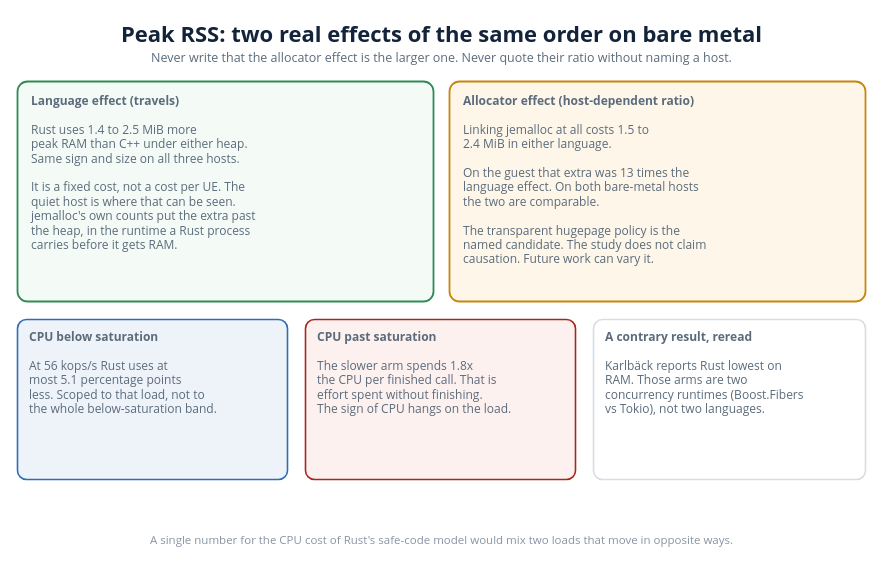
The draw.io diagram diagrams/review/43_rss_two_effects.drawio in VienThanh12/Master-Thesis, before the edit. Source tidied: cells renumbered, new cells numbered last; positions are measured from the earlier drawing's top-left corner, leaving out a move shared by most shapes. Both pictures are drawn from the tidied source at 100%, with x=0, y=0 at pixel (17, 16).
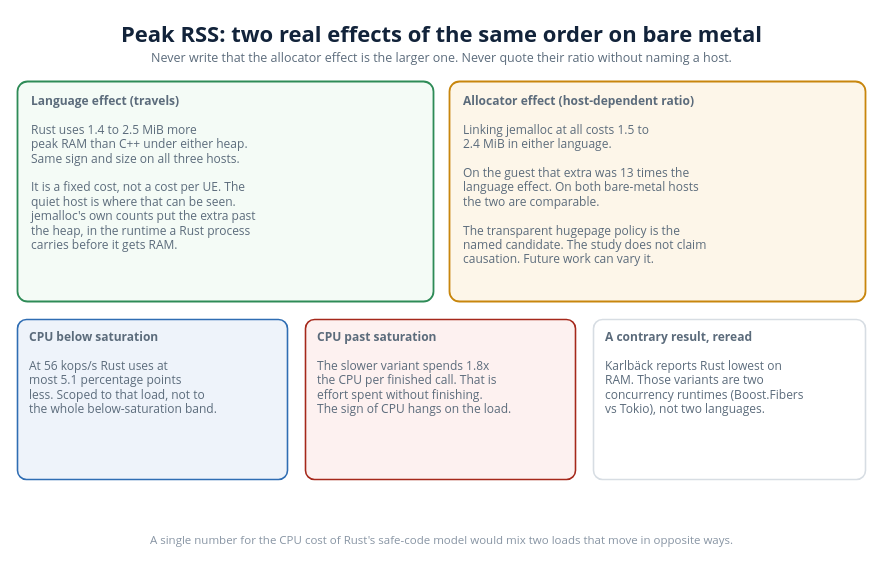
After the change.

The edit, as a diff of the source:
```diff
@@
 <mxGraphModel>
   <root>
     <mxCell id="0" />
     <mxCell id="1" parent="0" />
     <mxCell id="2" value="Peak RSS: two real effects of the same order on bare metal" style="text;html=1;strokeColor=none;fillColor=none;whiteSpace=nowrap;align=center;verticalAlign=middle;fontSize=22;fontColor=#12233a;fontFamily=Segoe UI;fontStyle=1;" parent="1" vertex="1">
       <mxGeometry x="76.3" y="0.1" width="695.4" height="33" as="geometry" />
     </mxCell>
     <mxCell id="3" value="Never write that the allocator effect is the larger one. Never quote their ratio without naming a host." style="text;html=1;strokeColor=none;fillColor=none;whiteSpace=nowrap;align=center;verticalAlign=middle;fontSize=12.5;fontColor=#5b6b7b;fontFamily=Segoe UI;" parent="1" vertex="1">
       <mxGeometry x="73.2" y="31.1" width="701.7" height="18.8" as="geometry" />
     </mxCell>
     <mxCell id="4" value="&lt;b&gt;Language effect (travels)&lt;/b&gt;&lt;br&gt;&lt;br&gt;Rust uses 1.4 to 2.5 MiB more&lt;br&gt;peak RAM than C++ under either heap.&lt;br&gt;Same sign and size on all three hosts.&lt;br&gt;&lt;br&gt;It is a fixed cost, not a cost per UE. The&lt;br&gt;quiet host is where that can be seen.&lt;br&gt;jemalloc's own counts put the extra past&lt;br&gt;the heap, in the runtime a Rust process&lt;br&gt;carries before it gets RAM." style="rounded=1;whiteSpace=wrap;html=1;absoluteArcSize=1;arcSize=20;fillColor=#f4fbf6;strokeColor=#2e8b57;strokeWidth=1.8;align=left;verticalAlign=top;spacingLeft=12;spacingTop=6;spacingRight=6;fontSize=12;fontColor=#5b6b7b;fontFamily=Segoe UI;" parent="1" vertex="1">
       <mxGeometry y="65" width="416" height="220" as="geometry" />
     </mxCell>
     <mxCell id="5" value="&lt;b&gt;Allocator effect (host-dependent ratio)&lt;/b&gt;&lt;br&gt;&lt;br&gt;Linking jemalloc at all costs 1.5 to&lt;br&gt;2.4 MiB in either language.&lt;br&gt;&lt;br&gt;On the guest that extra was 13 times the&lt;br&gt;language effect. On both bare-metal hosts&lt;br&gt;the two are comparable.&lt;br&gt;&lt;br&gt;The transparent hugepage policy is the&lt;br&gt;named candidate. The study does not claim&lt;br&gt;causation. Future work can vary it." style="rounded=1;whiteSpace=wrap;html=1;absoluteArcSize=1;arcSize=20;fillColor=#fdf6e9;strokeColor=#c8860d;strokeWidth=1.8;align=left;verticalAlign=top;spacingLeft=12;spacingTop=6;spacingRight=6;fontSize=12;fontColor=#5b6b7b;fontFamily=Segoe UI;" parent="1" vertex="1">
       <mxGeometry x="432" y="65" width="416" height="220" as="geometry" />
     </mxCell>
     <mxCell id="6" value="&lt;b&gt;CPU below saturation&lt;/b&gt;&lt;br&gt;&lt;br&gt;At 56 kops/s Rust uses at&lt;br&gt;most 5.1 percentage points&lt;br&gt;less. Scoped to that load, not to&lt;br&gt;the whole below-saturation band." style="rounded=1;whiteSpace=wrap;html=1;absoluteArcSize=1;arcSize=18;fillColor=#eef3fa;strokeColor=#2f6db3;strokeWidth=1.6;align=left;verticalAlign=top;spacingLeft=10;spacingTop=4;spacingRight=6;fontSize=12;fontColor=#5b6b7b;fontFamily=Segoe UI;" parent="1" vertex="1">
       <mxGeometry y="303" width="270" height="160" as="geometry" />
     </mxCell>
-    <mxCell id="7" value="&lt;b&gt;CPU past saturation&lt;/b&gt;&lt;br&gt;&lt;br&gt;The slower arm spends 1.8x&lt;br&gt;the CPU per finished call. That is&lt;br&gt;effort spent without finishing.&lt;br&gt;The sign of CPU hangs on the load." style="rounded=1;whiteSpace=wrap;html=1;absoluteArcSize=1;arcSize=18;fillColor=#fdf1f0;strokeColor=#a5281b;strokeWidth=1.6;align=left;verticalAlign=top;spacingLeft=10;spacingTop=4;spacingRight=6;fontSize=12;fontColor=#5b6b7b;fontFamily=Segoe UI;" parent="1" vertex="1">
+    <mxCell id="7" value="&lt;b&gt;CPU past saturation&lt;/b&gt;&lt;br&gt;&lt;br&gt;The slower variant spends 1.8x&lt;br&gt;the CPU per finished call. That is&lt;br&gt;effort spent without finishing.&lt;br&gt;The sign of CPU hangs on the load." style="rounded=1;whiteSpace=wrap;html=1;absoluteArcSize=1;arcSize=18;fillColor=#fdf1f0;strokeColor=#a5281b;strokeWidth=1.6;align=left;verticalAlign=top;spacingLeft=10;spacingTop=4;spacingRight=6;fontSize=12;fontColor=#5b6b7b;fontFamily=Segoe UI;" parent="1" vertex="1">
       <mxGeometry x="288" y="303" width="270" height="160" as="geometry" />
     </mxCell>
-    <mxCell id="8" value="&lt;b&gt;A contrary result, reread&lt;/b&gt;&lt;br&gt;&lt;br&gt;Karlbäck reports Rust lowest on&lt;br&gt;RAM. Those arms are two&lt;br&gt;concurrency runtimes (Boost.Fibers&lt;br&gt;vs Tokio), not two languages." style="rounded=1;whiteSpace=wrap;html=1;absoluteArcSize=1;arcSize=18;fillColor=#ffffff;strokeColor=#d7dde3;strokeWidth=1.6;align=left;verticalAlign=top;spacingLeft=10;spacingTop=4;spacingRight=6;fontSize=12;fontColor=#5b6b7b;fontFamily=Segoe UI;" parent="1" vertex="1">
+    <mxCell id="8" value="&lt;b&gt;A contrary result, reread&lt;/b&gt;&lt;br&gt;&lt;br&gt;Karlbäck reports Rust lowest on&lt;br&gt;RAM. Those variants are two&lt;br&gt;concurrency runtimes (Boost.Fibers&lt;br&gt;vs Tokio), not two languages." style="rounded=1;whiteSpace=wrap;html=1;absoluteArcSize=1;arcSize=18;fillColor=#ffffff;strokeColor=#d7dde3;strokeWidth=1.6;align=left;verticalAlign=top;spacingLeft=10;spacingTop=4;spacingRight=6;fontSize=12;fontColor=#5b6b7b;fontFamily=Segoe UI;" parent="1" vertex="1">
       <mxGeometry x="576" y="303" width="272" height="160" as="geometry" />
     </mxCell>
     <mxCell id="9" value="A single number for the CPU cost of Rust's safe-code model would mix two loads that move in opposite ways." style="text;html=1;strokeColor=none;fillColor=none;whiteSpace=nowrap;align=center;verticalAlign=middle;fontSize=11.5;fontColor=#8794a3;fontFamily=Segoe UI;" parent="1" vertex="1">
       <mxGeometry x="91.8" y="514.1" width="664.4" height="17.2" as="geometry" />
     </mxCell>
   </root>
 </mxGraphModel>
```
